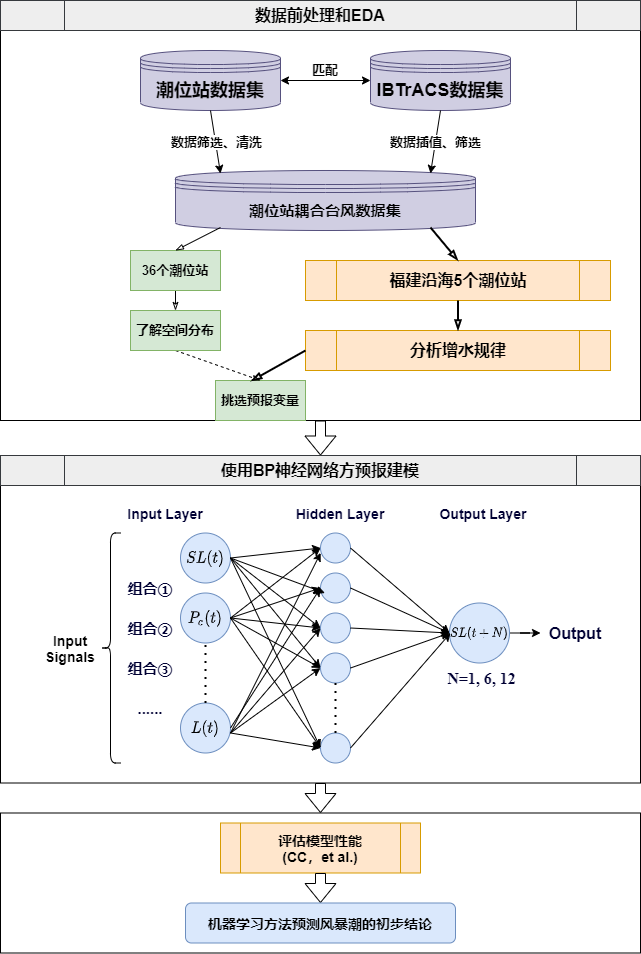
This is 毕业设计.png from Xylitolor/Xylitolee, a draw.io export, as it was before one commit. Source tidied: cells renumbered, new cells last; positions are measured from the earlier drawing's top-left corner, leaving out a move shared by most shapes.
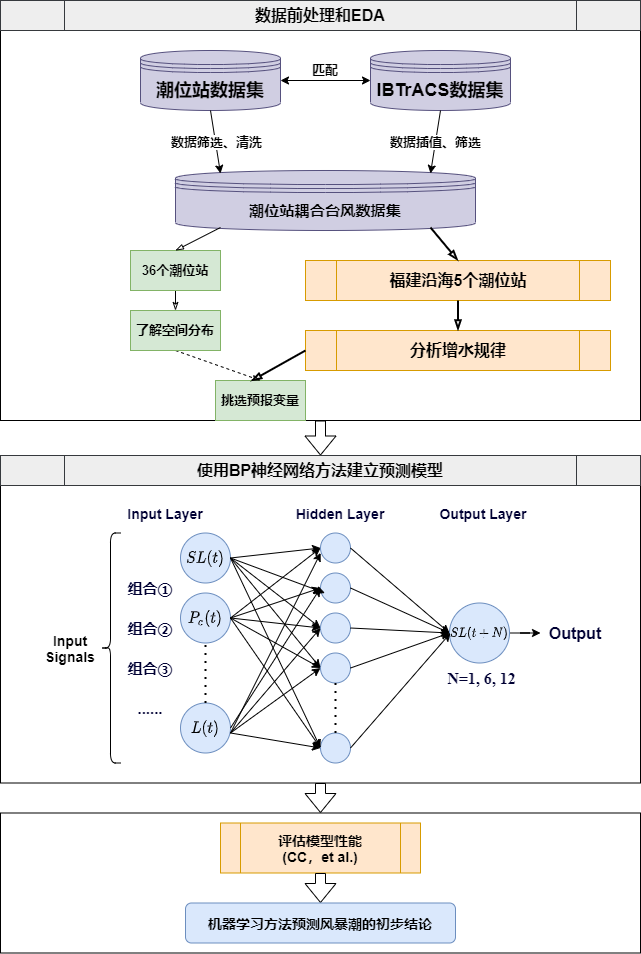
The same file after the commit.

Commit message:
更新毕业设计.png

What changed in the source:
```diff
@@ -209,7 +209,7 @@
     <mxCell id="63" value="数据插值、筛选" style="edgeLabel;html=1;align=center;verticalAlign=middle;fontStyle=1;fontSize=13;" parent="62" vertex="1">
       <mxGeometry relative="1" as="geometry" />
     </mxCell>
-    <mxCell id="64" value="&lt;h3&gt;&lt;font style=&quot;font-size: 16px&quot;&gt;使用BP神经网络方预报建模&lt;/font&gt;&lt;/h3&gt;" style="shape=process;whiteSpace=wrap;html=1;backgroundOutline=1;fontFamily=Helvetica;fontSize=13;fillColor=#eeeeee;strokeColor=#36393d;" parent="1" vertex="1">
+    <mxCell id="64" value="&lt;h3&gt;&lt;font style=&quot;font-size: 16px&quot;&gt;使用BP神经网络方法建立预测模型&lt;/font&gt;&lt;/h3&gt;" style="shape=process;whiteSpace=wrap;html=1;backgroundOutline=1;fontFamily=Helvetica;fontSize=13;fillColor=#eeeeee;strokeColor=#36393d;" parent="1" vertex="1">
       <mxGeometry y="455" width="640" height="30" as="geometry" />
     </mxCell>
     <mxCell id="65" value="&lt;font style=&quot;font-size: 15px&quot;&gt;&lt;b&gt;组合①&lt;br&gt;&lt;br&gt;组合②&lt;br&gt;&lt;br&gt;组合③&lt;br&gt;&lt;br&gt;......&lt;/b&gt;&lt;/font&gt;" style="text;html=1;strokeColor=none;fillColor=none;align=center;verticalAlign=middle;whiteSpace=wrap;rounded=0;fontFamily=Helvetica;fontSize=17;fontColor=#000033;labelBorderColor=none;labelBackgroundColor=none;" parent="1" vertex="1">
```
